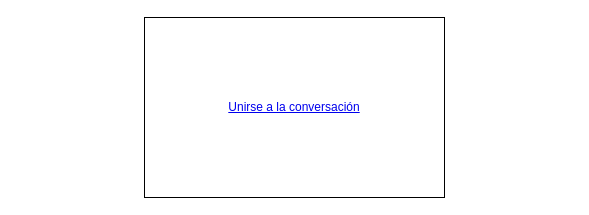
This is Diagrama sin título.drawio from rgil93/Prueba, a draw.io file, before an edit. Source tidied: cells renumbered, new cells numbered last; positions are measured from the earlier drawing's top-left corner, leaving out a move shared by most shapes. Both pictures are drawn from the tidied source at 100%, with x=0, y=0 at pixel (144, 17).
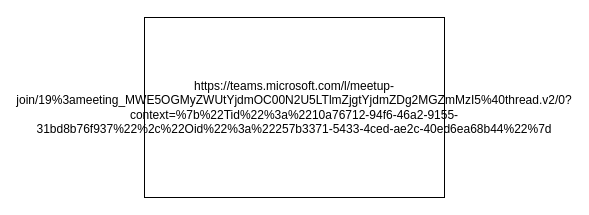
Above is the later version.

What changed in the source:
```diff
@@
 <mxGraphModel>
   <root>
     <mxCell id="0" />
     <mxCell id="1" parent="0" />
-    <mxCell id="2" value="&lt;a href=&quot;https://teams.microsoft.com/dl/launcher/launcher.html?url=%2F_%23%2Fl%2Fmeetup-join%2F19%3Ameeting_OWExYzFlZDQtMTZiYi00NzA0LThmOTctNWM4ZGM3YTBmYjU5%40thread.v2%2F0%3Fcontext%3D%257b%2522Tid%2522%253a%252210a76712-94f6-46a2-9155-31bd8b76f937%2522%252c%2522Oid%2522%253a%25221cc835ed-596e-45f8-ac82-881e093c78e5%2522%257d%26anon%3Dtrue&amp;amp;type=meetup-join&amp;amp;deeplinkId=420dcc0a-81aa-4a4b-98f3-42211c1a493c&amp;amp;directDl=true&amp;amp;msLaunch=true&amp;amp;enableMobilePage=true&amp;amp;suppressPrompt=true&quot;&gt;Unirse a la conversación&lt;/a&gt;" style="rounded=0;whiteSpace=wrap;html=1;" parent="1" vertex="1">
+    <mxCell id="2" value="https://teams.microsoft.com/l/meetup-join/19%3ameeting_MWE5OGMyZWUtYjdmOC00N2U5LTlmZjgtYjdmZDg2MGZmMzI5%40thread.v2/0?context=%7b%22Tid%22%3a%2210a76712-94f6-46a2-9155-31bd8b76f937%22%2c%22Oid%22%3a%22257b3371-5433-4ced-ae2c-40ed6ea68b44%22%7d" style="rounded=0;whiteSpace=wrap;html=1;" parent="1" vertex="1">
       <mxGeometry width="300" height="180" as="geometry" />
     </mxCell>
   </root>
 </mxGraphModel>
```
